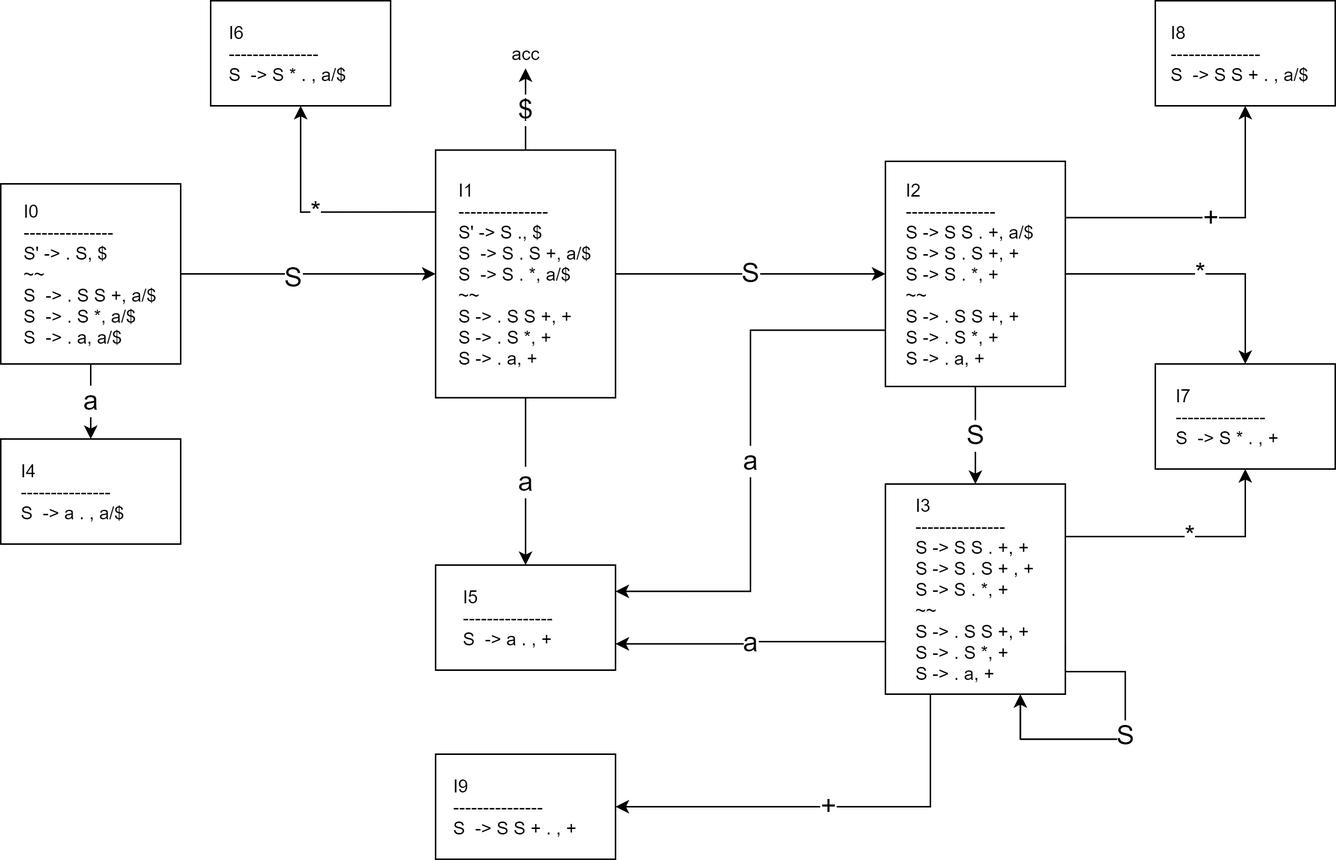
Before: docs/hw/hw_04_03.assets/comp0403-ex2-lr-1.png, a diagram exported from draw.io (chuan-325/comp-21sp). Source tidied: cells renumbered, new cells last; positions are measured from the earlier drawing's top-left corner, leaving out a move shared by most shapes.
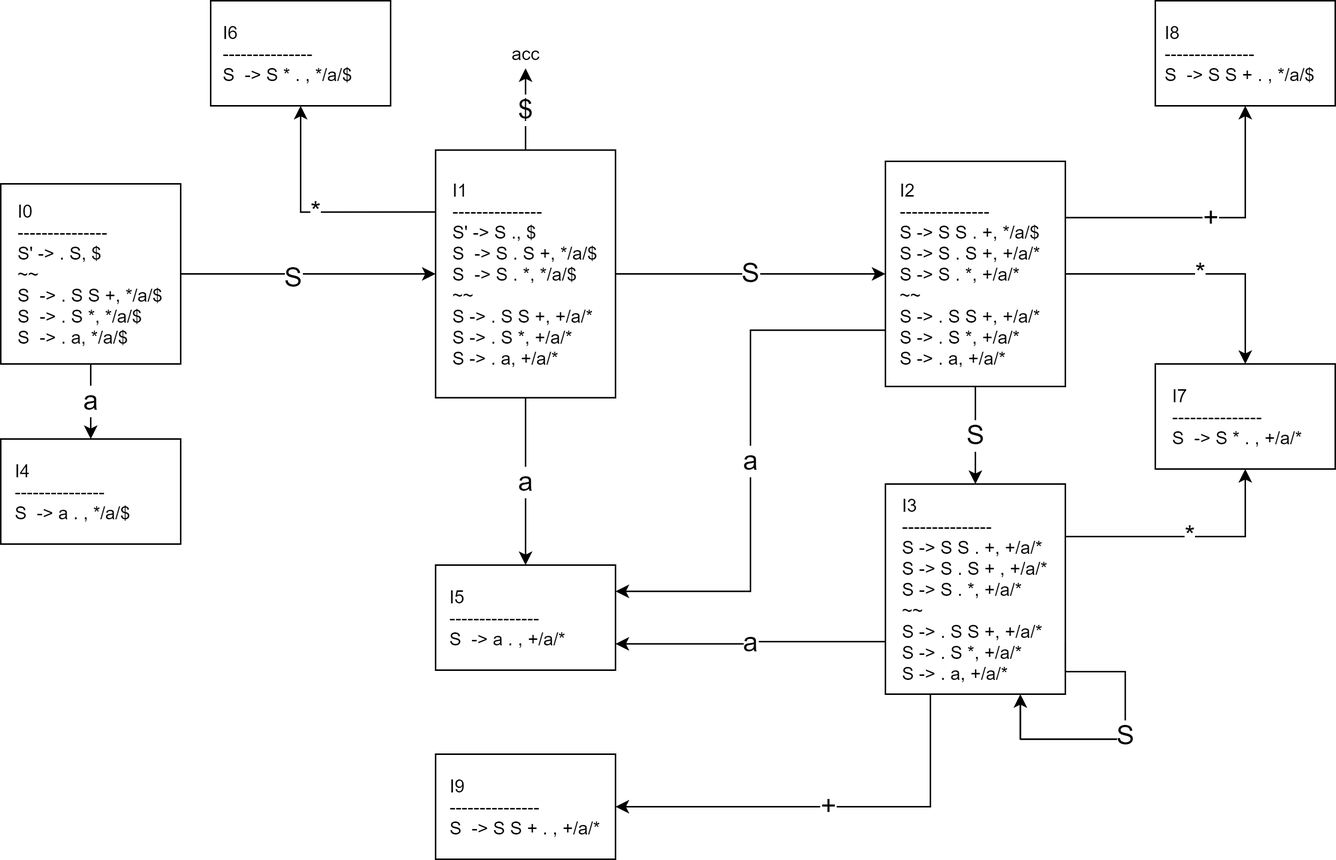
Later version of the same file.

Diff of the diagram source:
```diff
@@ -5,10 +5,10 @@
     <mxCell id="2" value="&lt;font style=&quot;font-size: 18px&quot;&gt;a&lt;/font&gt;" style="edgeStyle=orthogonalEdgeStyle;rounded=0;jettySize=auto;html=1;" parent="1" edge="1" source="3" target="4">
       <mxGeometry relative="1" as="geometry" />
     </mxCell>
-    <mxCell id="3" value="&lt;div style=&quot;text-align: left&quot;&gt;&lt;span&gt;I0&lt;/span&gt;&lt;/div&gt;&lt;div style=&quot;text-align: left&quot;&gt;&lt;span&gt;---------------&lt;/span&gt;&lt;/div&gt;&lt;div style=&quot;text-align: left&quot;&gt;&lt;span&gt;&lt;div&gt;S' -&amp;gt; . S, $&lt;/div&gt;&lt;div&gt;~~&lt;/div&gt;&lt;div&gt;S&amp;nbsp; -&amp;gt; . S S +, a/$&lt;/div&gt;&lt;div&gt;S&amp;nbsp; -&amp;gt; . S *, a/$&lt;/div&gt;&lt;div&gt;S&amp;nbsp; -&amp;gt; . a, a/$&lt;/div&gt;&lt;/span&gt;&lt;/div&gt;" style="rounded=0;whiteSpace=wrap;html=1;" parent="1" vertex="1">
+    <mxCell id="3" value="&lt;div style=&quot;text-align: left&quot;&gt;&lt;span&gt;I0&lt;/span&gt;&lt;/div&gt;&lt;div style=&quot;text-align: left&quot;&gt;&lt;span&gt;---------------&lt;/span&gt;&lt;/div&gt;&lt;div style=&quot;text-align: left&quot;&gt;&lt;span&gt;&lt;div&gt;S' -&amp;gt; . S, $&lt;/div&gt;&lt;div&gt;~~&lt;/div&gt;&lt;div&gt;S&amp;nbsp; -&amp;gt; . S S +, */a/$&lt;/div&gt;&lt;div&gt;S&amp;nbsp; -&amp;gt; . S *, */a/$&lt;/div&gt;&lt;div&gt;S&amp;nbsp; -&amp;gt; . a, */a/$&lt;/div&gt;&lt;/span&gt;&lt;/div&gt;" style="rounded=0;whiteSpace=wrap;html=1;" parent="1" vertex="1">
       <mxGeometry y="122" width="120" height="120" as="geometry" />
     </mxCell>
-    <mxCell id="4" value="&lt;div style=&quot;text-align: left&quot;&gt;&lt;span&gt;I4&lt;/span&gt;&lt;/div&gt;&lt;div style=&quot;text-align: left&quot;&gt;&lt;span&gt;---------------&lt;/span&gt;&lt;/div&gt;&lt;div style=&quot;text-align: left&quot;&gt;&lt;span&gt;&lt;div&gt;&lt;span&gt;S&amp;nbsp; -&amp;gt; a . , a/$&amp;nbsp; &amp;nbsp; &amp;nbsp; &amp;nbsp;&lt;/span&gt;&lt;/div&gt;&lt;/span&gt;&lt;/div&gt;" style="rounded=0;whiteSpace=wrap;html=1;" parent="1" vertex="1">
+    <mxCell id="4" value="&lt;div style=&quot;text-align: left&quot;&gt;&lt;span&gt;I4&lt;/span&gt;&lt;/div&gt;&lt;div style=&quot;text-align: left&quot;&gt;&lt;span&gt;---------------&lt;/span&gt;&lt;/div&gt;&lt;div style=&quot;text-align: left&quot;&gt;&lt;span&gt;&lt;div&gt;&lt;span&gt;S&amp;nbsp; -&amp;gt; a . , */a/$&amp;nbsp; &amp;nbsp; &amp;nbsp; &amp;nbsp;&lt;/span&gt;&lt;/div&gt;&lt;/span&gt;&lt;/div&gt;" style="rounded=0;whiteSpace=wrap;html=1;" parent="1" vertex="1">
       <mxGeometry y="292" width="120" height="70" as="geometry" />
     </mxCell>
     <mxCell id="5" value="&lt;font style=&quot;font-size: 18px&quot;&gt;$&lt;/font&gt;" style="edgeStyle=orthogonalEdgeStyle;rounded=0;jettySize=auto;html=1;" parent="1" edge="1" source="9" target="12">
@@ -23,7 +23,7 @@
     <mxCell id="8" value="&lt;font style=&quot;font-size: 18px&quot;&gt;*&lt;/font&gt;" style="edgeStyle=orthogonalEdgeStyle;rounded=0;jettySize=auto;html=1;exitX=0;exitY=0.25;exitDx=0;exitDy=0;" parent="1" edge="1" source="9" target="24">
       <mxGeometry relative="1" as="geometry" />
     </mxCell>
-    <mxCell id="9" value="&lt;div style=&quot;text-align: left&quot;&gt;&lt;span&gt;I1&lt;/span&gt;&lt;/div&gt;&lt;div style=&quot;text-align: left&quot;&gt;&lt;span&gt;---------------&lt;/span&gt;&lt;/div&gt;&lt;div style=&quot;text-align: left&quot;&gt;&lt;span&gt;&lt;div&gt;S' -&amp;gt; S ., $&lt;/div&gt;&lt;div&gt;S&amp;nbsp; -&amp;gt; S . S +, a/$&lt;/div&gt;&lt;div&gt;S&amp;nbsp; -&amp;gt; S . *, a/$&lt;/div&gt;&lt;div&gt;~~&lt;/div&gt;&lt;div&gt;S -&amp;gt; . S S +, +&lt;/div&gt;&lt;div&gt;S -&amp;gt; . S *, +&lt;/div&gt;&lt;div&gt;S -&amp;gt; . a, +&lt;/div&gt;&lt;/span&gt;&lt;/div&gt;" style="rounded=0;whiteSpace=wrap;html=1;" parent="1" vertex="1">
+    <mxCell id="9" value="&lt;div style=&quot;text-align: left&quot;&gt;&lt;span&gt;I1&lt;/span&gt;&lt;/div&gt;&lt;div style=&quot;text-align: left&quot;&gt;&lt;span&gt;---------------&lt;/span&gt;&lt;/div&gt;&lt;div style=&quot;text-align: left&quot;&gt;&lt;span&gt;&lt;div&gt;S' -&amp;gt; S ., $&lt;/div&gt;&lt;div&gt;S&amp;nbsp; -&amp;gt; S . S +, */a/$&lt;/div&gt;&lt;div&gt;S&amp;nbsp; -&amp;gt; S . *, */a/$&lt;/div&gt;&lt;div&gt;~~&lt;/div&gt;&lt;div&gt;S -&amp;gt; . S S +, +/a/*&lt;/div&gt;&lt;div&gt;S -&amp;gt; . S *, +/a/*&lt;/div&gt;&lt;div&gt;S -&amp;gt; . a, +/a/*&lt;/div&gt;&lt;/span&gt;&lt;/div&gt;" style="rounded=0;whiteSpace=wrap;html=1;" parent="1" vertex="1">
       <mxGeometry x="290" y="99.5" width="120" height="165" as="geometry" />
     </mxCell>
     <mxCell id="10" style="edgeStyle=orthogonalEdgeStyle;rounded=0;jettySize=auto;html=1;exitX=1;exitY=0.5;exitDx=0;exitDy=0;entryX=0;entryY=0.5;entryDx=0;entryDy=0;" parent="1" edge="1" source="3" target="9">
@@ -47,7 +47,7 @@
     <mxCell id="16" value="&lt;font style=&quot;font-size: 18px&quot;&gt;+&lt;/font&gt;" style="edgeStyle=orthogonalEdgeStyle;rounded=0;jettySize=auto;html=1;exitX=1;exitY=0.25;exitDx=0;exitDy=0;" parent="1" edge="1" source="17" target="26">
       <mxGeometry relative="1" as="geometry" />
     </mxCell>
-    <mxCell id="17" value="&lt;div style=&quot;text-align: left&quot;&gt;&lt;span&gt;I2&lt;/span&gt;&lt;/div&gt;&lt;div style=&quot;text-align: left&quot;&gt;&lt;span&gt;---------------&lt;/span&gt;&lt;/div&gt;&lt;div style=&quot;text-align: left&quot;&gt;&lt;span&gt;&lt;div&gt;S -&amp;gt; S S . +, a/$&amp;nbsp;&amp;nbsp;&lt;/div&gt;&lt;div&gt;S -&amp;gt; S . S +, +&lt;/div&gt;&lt;div&gt;&lt;span&gt;S -&amp;gt; S . *, +&lt;/span&gt;&lt;/div&gt;&lt;div&gt;~~&lt;/div&gt;&lt;div&gt;&lt;div&gt;S -&amp;gt; . S S +, +&lt;/div&gt;&lt;div&gt;S -&amp;gt; . S *, +&lt;/div&gt;&lt;div&gt;S -&amp;gt; . a, +&lt;/div&gt;&lt;/div&gt;&lt;/span&gt;&lt;/div&gt;" style="rounded=0;whiteSpace=wrap;html=1;" parent="1" vertex="1">
+    <mxCell id="17" value="&lt;div style=&quot;text-align: left&quot;&gt;&lt;span&gt;I2&lt;/span&gt;&lt;/div&gt;&lt;div style=&quot;text-align: left&quot;&gt;&lt;span&gt;---------------&lt;/span&gt;&lt;/div&gt;&lt;div style=&quot;text-align: left&quot;&gt;&lt;span&gt;&lt;div&gt;S -&amp;gt; S S . +, */a/$&amp;nbsp;&amp;nbsp;&lt;/div&gt;&lt;div&gt;S -&amp;gt; S . S +, +/a/*&lt;/div&gt;&lt;div&gt;&lt;span&gt;S -&amp;gt; S . *, +/a/*&lt;/span&gt;&lt;/div&gt;&lt;div&gt;~~&lt;/div&gt;&lt;div&gt;&lt;div&gt;S -&amp;gt; . S S +, +/a/*&lt;/div&gt;&lt;div&gt;S -&amp;gt; . S *, +/a/*&lt;/div&gt;&lt;div&gt;S -&amp;gt; . a, +/a/*&lt;/div&gt;&lt;/div&gt;&lt;/span&gt;&lt;/div&gt;" style="rounded=0;whiteSpace=wrap;html=1;" parent="1" vertex="1">
       <mxGeometry x="590" y="107" width="120" height="150" as="geometry" />
     </mxCell>
     <mxCell id="18" value="&lt;font style=&quot;font-size: 18px&quot;&gt;a&lt;/font&gt;" style="edgeStyle=orthogonalEdgeStyle;rounded=0;jettySize=auto;html=1;exitX=0;exitY=0.75;exitDx=0;exitDy=0;entryX=1;entryY=0.75;entryDx=0;entryDy=0;" parent="1" edge="1" source="21" target="23">
@@ -63,7 +63,7 @@
         </Array>
       </mxGeometry>
     </mxCell>
-    <mxCell id="21" value="&lt;div style=&quot;text-align: left&quot;&gt;&lt;span&gt;I3&lt;/span&gt;&lt;/div&gt;&lt;div style=&quot;text-align: left&quot;&gt;&lt;span&gt;---------------&lt;/span&gt;&lt;/div&gt;&lt;div style=&quot;text-align: left&quot;&gt;&lt;span&gt;&lt;div&gt;S -&amp;gt; S S . +, +&lt;/div&gt;&lt;div&gt;S -&amp;gt; S . S + , +&lt;/div&gt;&lt;div&gt;S -&amp;gt; S . *, +&lt;/div&gt;&lt;div&gt;~~&lt;/div&gt;&lt;div&gt;&lt;div&gt;S -&amp;gt; . S S +, +&lt;/div&gt;&lt;div&gt;S -&amp;gt; . S *, +&lt;/div&gt;&lt;div&gt;S -&amp;gt; . a, +&lt;/div&gt;&lt;/div&gt;&lt;/span&gt;&lt;/div&gt;" style="rounded=0;whiteSpace=wrap;html=1;" parent="1" vertex="1">
+    <mxCell id="21" value="&lt;div style=&quot;text-align: left&quot;&gt;&lt;span&gt;I3&lt;/span&gt;&lt;/div&gt;&lt;div style=&quot;text-align: left&quot;&gt;&lt;span&gt;---------------&lt;/span&gt;&lt;/div&gt;&lt;div style=&quot;text-align: left&quot;&gt;&lt;span&gt;&lt;div&gt;S -&amp;gt; S S . +, +/a/*&lt;/div&gt;&lt;div&gt;S -&amp;gt; S . S + , +/a/*&lt;/div&gt;&lt;div&gt;S -&amp;gt; S . *, +/a/*&lt;/div&gt;&lt;div&gt;~~&lt;/div&gt;&lt;div&gt;&lt;div&gt;S -&amp;gt; . S S +, +/a/*&lt;/div&gt;&lt;div&gt;S -&amp;gt; . S *, +/a/*&lt;/div&gt;&lt;div&gt;S -&amp;gt; . a, +/a/*&lt;/div&gt;&lt;/div&gt;&lt;/span&gt;&lt;/div&gt;" style="rounded=0;whiteSpace=wrap;html=1;" parent="1" vertex="1">
       <mxGeometry x="590" y="322" width="120" height="140" as="geometry" />
     </mxCell>
     <mxCell id="22" value="&lt;font style=&quot;font-size: 18px&quot;&gt;S&lt;/font&gt;" style="edgeStyle=orthogonalEdgeStyle;rounded=0;orthogonalLoop=1;jettySize=auto;html=1;exitX=1;exitY=0.75;exitDx=0;exitDy=0;entryX=0.75;entryY=1;entryDx=0;entryDy=0;" parent="1" edge="1" source="21" target="21">
@@ -76,19 +76,19 @@
         </Array>
       </mxGeometry>
     </mxCell>
-    <mxCell id="23" value="&lt;div style=&quot;text-align: left&quot;&gt;&lt;span&gt;I5&lt;/span&gt;&lt;/div&gt;&lt;div style=&quot;text-align: left&quot;&gt;&lt;span&gt;---------------&lt;/span&gt;&lt;/div&gt;&lt;div style=&quot;text-align: left&quot;&gt;&lt;span&gt;&lt;div&gt;&lt;span&gt;S&amp;nbsp; -&amp;gt; a . , +&amp;nbsp; &amp;nbsp; &amp;nbsp; &amp;nbsp;&lt;/span&gt;&lt;/div&gt;&lt;/span&gt;&lt;/div&gt;" style="rounded=0;whiteSpace=wrap;html=1;" parent="1" vertex="1">
+    <mxCell id="23" value="&lt;div style=&quot;text-align: left&quot;&gt;&lt;span&gt;I5&lt;/span&gt;&lt;/div&gt;&lt;div style=&quot;text-align: left&quot;&gt;&lt;span&gt;---------------&lt;/span&gt;&lt;/div&gt;&lt;div style=&quot;text-align: left&quot;&gt;&lt;span&gt;&lt;div&gt;&lt;span&gt;S&amp;nbsp; -&amp;gt; a . , +/a/*&amp;nbsp; &amp;nbsp; &amp;nbsp; &amp;nbsp;&lt;/span&gt;&lt;/div&gt;&lt;/span&gt;&lt;/div&gt;" style="rounded=0;whiteSpace=wrap;html=1;" parent="1" vertex="1">
       <mxGeometry x="290" y="376" width="120" height="70" as="geometry" />
     </mxCell>
-    <mxCell id="24" value="&lt;div style=&quot;text-align: left&quot;&gt;&lt;span&gt;I6&lt;/span&gt;&lt;/div&gt;&lt;div style=&quot;text-align: left&quot;&gt;&lt;span&gt;---------------&lt;/span&gt;&lt;/div&gt;&lt;div style=&quot;text-align: left&quot;&gt;&lt;span&gt;&lt;div&gt;&lt;span&gt;S&amp;nbsp; -&amp;gt; S * . , a/$&amp;nbsp; &amp;nbsp; &amp;nbsp;&lt;/span&gt;&lt;/div&gt;&lt;/span&gt;&lt;/div&gt;" style="rounded=0;whiteSpace=wrap;html=1;" parent="1" vertex="1">
+    <mxCell id="24" value="&lt;div style=&quot;text-align: left&quot;&gt;&lt;span&gt;I6&lt;/span&gt;&lt;/div&gt;&lt;div style=&quot;text-align: left&quot;&gt;&lt;span&gt;---------------&lt;/span&gt;&lt;/div&gt;&lt;div style=&quot;text-align: left&quot;&gt;&lt;span&gt;&lt;div&gt;&lt;span&gt;S&amp;nbsp; -&amp;gt; S * . , */a/$&amp;nbsp; &amp;nbsp; &amp;nbsp;&lt;/span&gt;&lt;/div&gt;&lt;/span&gt;&lt;/div&gt;" style="rounded=0;whiteSpace=wrap;html=1;" parent="1" vertex="1">
       <mxGeometry x="140" width="120" height="70" as="geometry" />
     </mxCell>
-    <mxCell id="25" value="&lt;div style=&quot;text-align: left&quot;&gt;&lt;span&gt;I7&lt;/span&gt;&lt;/div&gt;&lt;div style=&quot;text-align: left&quot;&gt;&lt;span&gt;---------------&lt;/span&gt;&lt;/div&gt;&lt;div style=&quot;text-align: left&quot;&gt;&lt;span&gt;&lt;div&gt;&lt;span&gt;S&amp;nbsp; -&amp;gt; S * . , +&amp;nbsp; &amp;nbsp; &amp;nbsp; &amp;nbsp;&lt;/span&gt;&lt;/div&gt;&lt;/span&gt;&lt;/div&gt;" style="rounded=0;whiteSpace=wrap;html=1;" parent="1" vertex="1">
+    <mxCell id="25" value="&lt;div style=&quot;text-align: left&quot;&gt;&lt;span&gt;I7&lt;/span&gt;&lt;/div&gt;&lt;div style=&quot;text-align: left&quot;&gt;&lt;span&gt;---------------&lt;/span&gt;&lt;/div&gt;&lt;div style=&quot;text-align: left&quot;&gt;&lt;span&gt;&lt;div&gt;&lt;span&gt;S&amp;nbsp; -&amp;gt; S * . , +/a/*&amp;nbsp; &amp;nbsp;&lt;/span&gt;&lt;/div&gt;&lt;/span&gt;&lt;/div&gt;" style="rounded=0;whiteSpace=wrap;html=1;" parent="1" vertex="1">
       <mxGeometry x="770" y="242" width="120" height="70" as="geometry" />
     </mxCell>
-    <mxCell id="26" value="&lt;div style=&quot;text-align: left&quot;&gt;&lt;span&gt;I8&lt;/span&gt;&lt;/div&gt;&lt;div style=&quot;text-align: left&quot;&gt;&lt;span&gt;---------------&lt;/span&gt;&lt;/div&gt;&lt;div style=&quot;text-align: left&quot;&gt;&lt;span&gt;&lt;div&gt;&lt;span&gt;S&amp;nbsp; -&amp;gt; S S + . , a/$&amp;nbsp;&amp;nbsp;&lt;/span&gt;&lt;/div&gt;&lt;/span&gt;&lt;/div&gt;" style="rounded=0;whiteSpace=wrap;html=1;" parent="1" vertex="1">
+    <mxCell id="26" value="&lt;div style=&quot;text-align: left&quot;&gt;&lt;span&gt;I8&lt;/span&gt;&lt;/div&gt;&lt;div style=&quot;text-align: left&quot;&gt;&lt;span&gt;---------------&lt;/span&gt;&lt;/div&gt;&lt;div style=&quot;text-align: left&quot;&gt;&lt;span&gt;&lt;div&gt;&lt;span&gt;S&amp;nbsp; -&amp;gt; S S + . , */a/$&amp;nbsp;&amp;nbsp;&lt;/span&gt;&lt;/div&gt;&lt;/span&gt;&lt;/div&gt;" style="rounded=0;whiteSpace=wrap;html=1;" parent="1" vertex="1">
       <mxGeometry x="770" width="120" height="70" as="geometry" />
     </mxCell>
-    <mxCell id="27" value="&lt;div style=&quot;text-align: left&quot;&gt;&lt;span&gt;I9&lt;/span&gt;&lt;/div&gt;&lt;div style=&quot;text-align: left&quot;&gt;&lt;span&gt;---------------&lt;/span&gt;&lt;/div&gt;&lt;div style=&quot;text-align: left&quot;&gt;&lt;span&gt;&lt;div&gt;&lt;span&gt;S&amp;nbsp; -&amp;gt; S S + . , +&amp;nbsp; &amp;nbsp;&amp;nbsp;&lt;/span&gt;&lt;/div&gt;&lt;/span&gt;&lt;/div&gt;" style="rounded=0;whiteSpace=wrap;html=1;" parent="1" vertex="1">
+    <mxCell id="27" value="&lt;div style=&quot;text-align: left&quot;&gt;&lt;span&gt;I9&lt;/span&gt;&lt;/div&gt;&lt;div style=&quot;text-align: left&quot;&gt;&lt;span&gt;---------------&lt;/span&gt;&lt;/div&gt;&lt;div style=&quot;text-align: left&quot;&gt;&lt;span&gt;&lt;div&gt;&lt;span&gt;S&amp;nbsp; -&amp;gt; S S + . , +/a/*&lt;/span&gt;&lt;/div&gt;&lt;/span&gt;&lt;/div&gt;" style="rounded=0;whiteSpace=wrap;html=1;" parent="1" vertex="1">
       <mxGeometry x="290" y="502" width="120" height="70" as="geometry" />
     </mxCell>
   </root>
```
